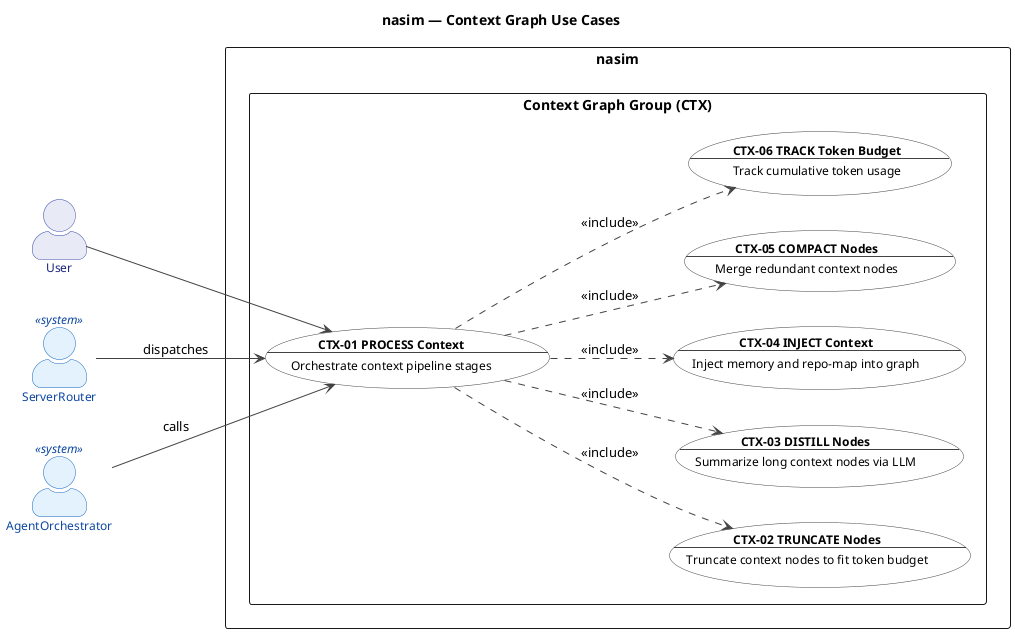
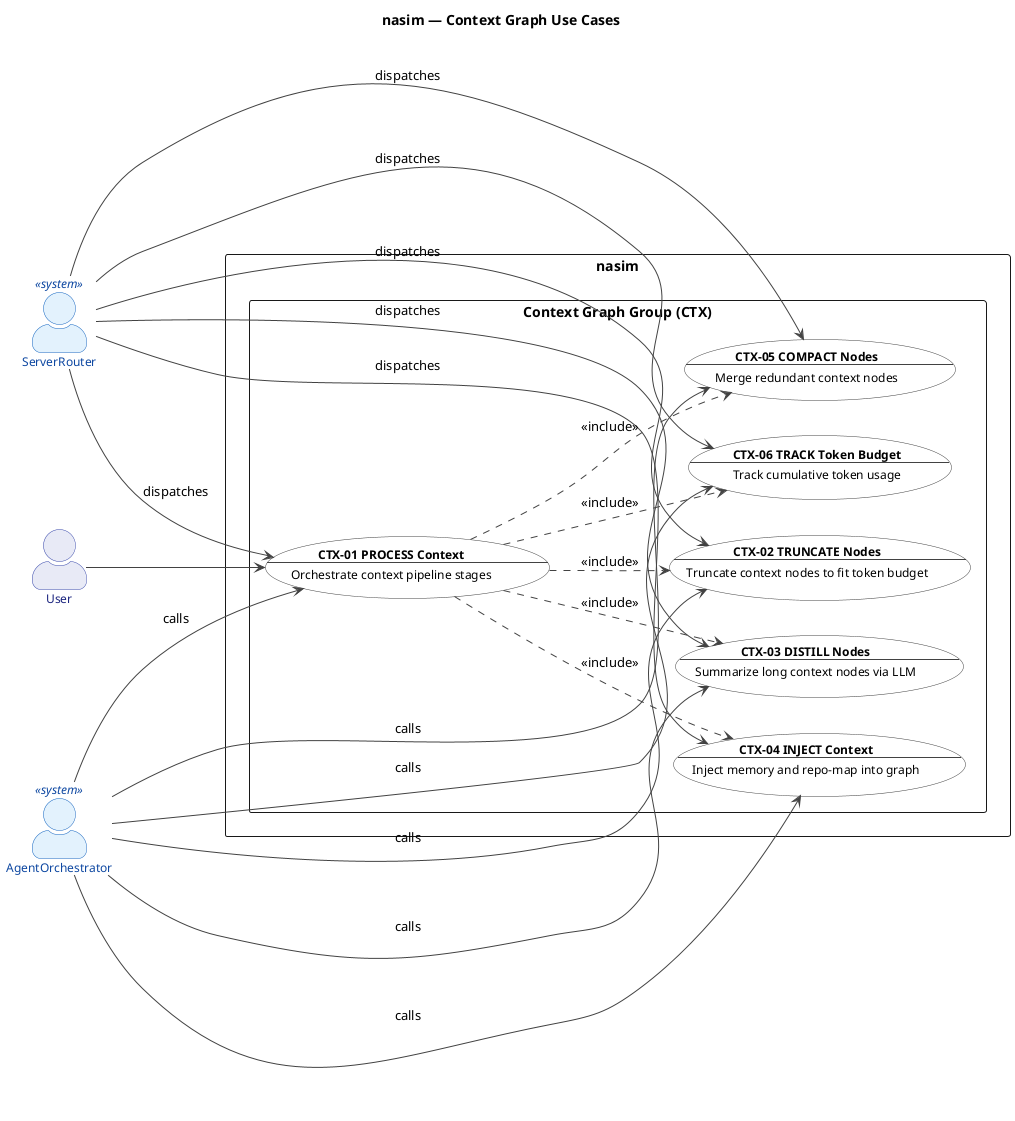
@startuml uc_ctx


' ============================================================
' Title:     nasim — UC: Context Graph Group
' Group:     CTX (Context Management)
' Boundary:  nasim code agent
' Purpose:   Context pipeline: graph construction, truncation, distillation, injection, compaction
' Milestone: v1.0
' Version:   9.1.0
' Source:    docs/ENTITIES.md, docs/UC/README.md
' Review:    CAR refinement loop 2026-06-27
' SQ:        sq_ctx01..sq_ctx06
' ============================================================


left to right direction


title nasim — Context Graph Use Cases


skinparam actorStyle awesome
skinparam packageStyle rectangle


skinparam usecase {
  BackgroundColor #FFFFFF
  BorderColor #424242
  FontColor #000000
  ArrowColor #424242
  FontSize 12
}


skinparam actor {
  BackgroundColor #E8EAF6
  BorderColor #3949AB
  FontColor #1A237E
  FontSize 12
}


skinparam actor<<system>> {
  BackgroundColor #E3F2FD
  BorderColor #1565C0
  FontColor #0D47A1
}


' ------------------------------------------------------------
' Actors
' ------------------------------------------------------------


actor "User" as User
actor "ServerRouter" as Router <<system>>
actor "AgentOrchestrator" as Agent <<system>>




' ------------------------------------------------------------
' System Boundary
' ------------------------------------------------------------


rectangle "nasim" {
  package "Context Graph Group (CTX)" {
    usecase "**CTX-01 PROCESS Context**\n--\nOrchestrate context pipeline stages" as CTX01
    usecase "**CTX-02 TRUNCATE Nodes**\n--\nTruncate context nodes to fit token budget" as CTX02
    usecase "**CTX-03 DISTILL Nodes**\n--\nSummarize long context nodes via LLM" as CTX03
    usecase "**CTX-04 INJECT Context**\n--\nInject memory and repo-map into graph" as CTX04
    usecase "**CTX-05 COMPACT Nodes**\n--\nMerge redundant context nodes" as CTX05
    usecase "**CTX-06 TRACK Token Budget**\n--\nTrack cumulative token usage" as CTX06
  }
}


' ------------------------------------------------------------
' Actor -> Use Case Associations
' ------------------------------------------------------------


User --> CTX01


Router --> CTX01 : dispatches
- 
+ Router --> CTX02 : dispatches
+ Router --> CTX03 : dispatches
+ Router --> CTX04 : dispatches
+ Router --> CTX05 : dispatches
+ Router --> CTX06 : dispatches

Agent --> CTX01 : calls
+ Agent --> CTX02 : calls
+ Agent --> CTX03 : calls
+ Agent --> CTX04 : calls
+ Agent --> CTX05 : calls
+ Agent --> CTX06 : calls


' ------------------------------------------------------------
' Relationships
' ------------------------------------------------------------


CTX01 ..> CTX02 : <<include>>
CTX01 ..> CTX03 : <<include>>
CTX01 ..> CTX04 : <<include>>
CTX01 ..> CTX05 : <<include>>
CTX01 ..> CTX06 : <<include>>




@enduml
